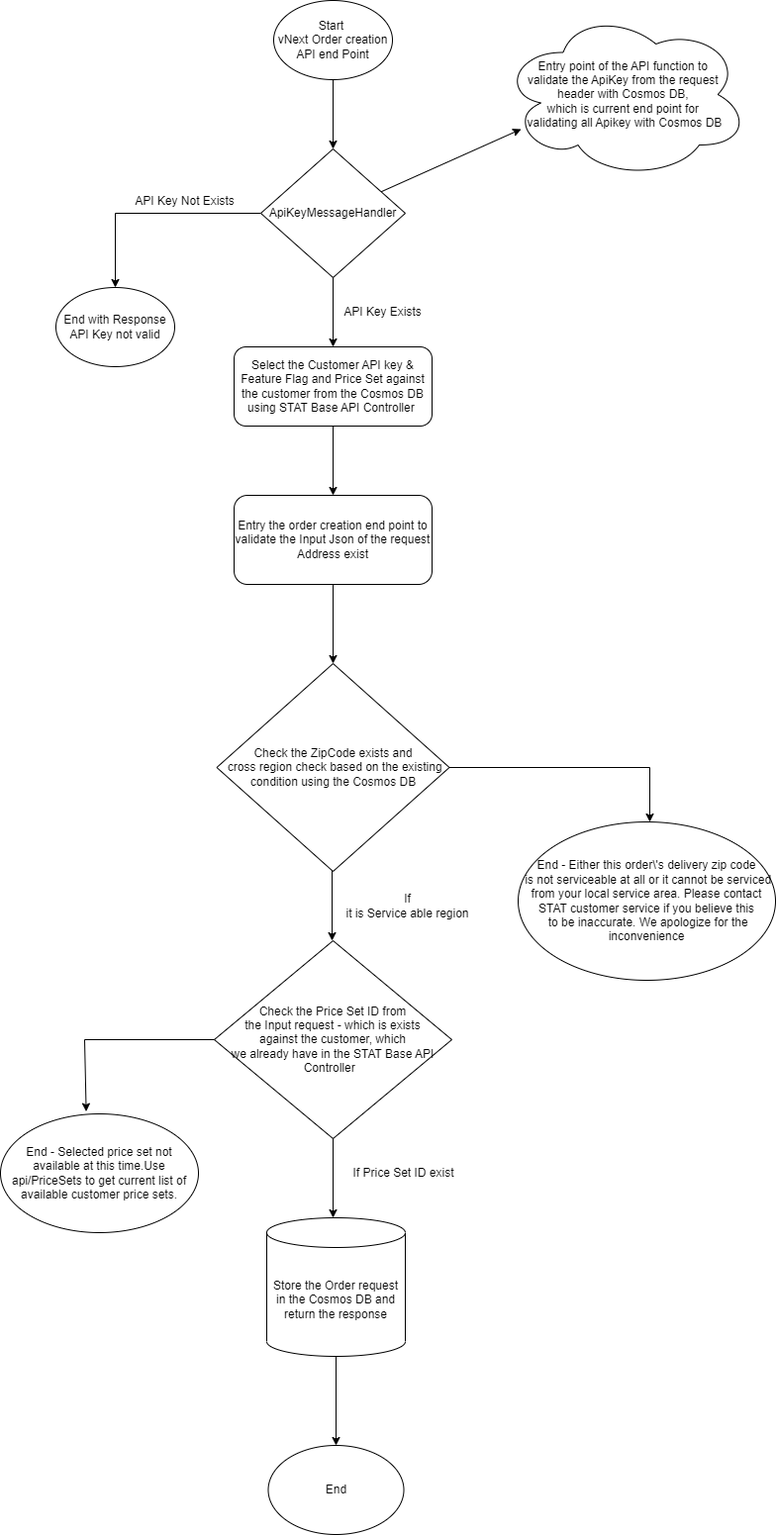
Before: workflow.png, a diagram exported from draw.io (ArulEST/STATAPI_Private). Source tidied: cells renumbered, new cells last; positions are measured from the earlier drawing's top-left corner, leaving out a move shared by most shapes. The source it was exported from:
```xml
<mxGraphModel>
  <root>
    <mxCell id="0" />
    <mxCell id="1" parent="0" />
    <mxCell id="2" value="Start&amp;nbsp;&lt;br&gt;vNext Order creation API end Point" style="ellipse;whiteSpace=wrap;html=1;" parent="1" vertex="1">
      <mxGeometry x="276" width="120" height="80" as="geometry" />
    </mxCell>
    <mxCell id="3" style="endArrow=classic;html=1;rounded=0;exitX=0.5;exitY=1;exitDx=0;exitDy=0;entryX=0.5;entryY=0;entryDx=0;entryDy=0;" parent="1" edge="1" source="2">
      <mxGeometry relative="1" as="geometry">
        <mxPoint x="336" y="150" as="targetPoint" />
      </mxGeometry>
    </mxCell>
    <mxCell id="4" value="Entry point of the API function to&amp;nbsp;&lt;br&gt;validate the ApiKey from the request&amp;nbsp;&lt;br&gt;header with Cosmos DB,&amp;nbsp;&lt;br&gt;which is current end point for&amp;nbsp;&lt;br&gt;validating all Apikey with Cosmos DB" style="ellipse;shape=cloud;whiteSpace=wrap;html=1;" parent="1" vertex="1">
      <mxGeometry x="506" y="10" width="250" height="170" as="geometry" />
    </mxCell>
    <mxCell id="5" style="endArrow=classic;html=1;rounded=0;entryX=0.08;entryY=0.706;entryDx=0;entryDy=0;entryPerimeter=0;" parent="1" edge="1" source="7" target="4">
      <mxGeometry relative="1" as="geometry" />
    </mxCell>
    <mxCell id="6" style="edgeStyle=orthogonalEdgeStyle;rounded=0;jettySize=auto;html=1;exitX=0;exitY=0.5;exitDx=0;exitDy=0;entryX=0.5;entryY=0;entryDx=0;entryDy=0;" parent="1" edge="1" source="7" target="8">
      <mxGeometry relative="1" as="geometry" />
    </mxCell>
    <mxCell id="7" value="ApiKeyMessageHandler" style="rhombus;whiteSpace=wrap;html=1;" parent="1" vertex="1">
      <mxGeometry x="263" y="150" width="146" height="130" as="geometry" />
    </mxCell>
    <mxCell id="8" value="End with Response API Key not valid" style="ellipse;whiteSpace=wrap;html=1;" parent="1" vertex="1">
      <mxGeometry x="56" y="290" width="120" height="80" as="geometry" />
    </mxCell>
    <mxCell id="9" style="endArrow=classic;html=1;rounded=0;exitX=0.5;exitY=1;exitDx=0;exitDy=0;" parent="1" edge="1" source="7">
      <mxGeometry relative="1" as="geometry">
        <mxPoint x="336" y="350" as="targetPoint" />
      </mxGeometry>
    </mxCell>
    <mxCell id="10" value="API Key Not Exists" style="text;html=1;align=center;verticalAlign=middle;strokeColor=none;fillColor=none;" parent="1" vertex="1">
      <mxGeometry x="126" y="188" width="120" height="30" as="geometry" />
    </mxCell>
    <mxCell id="11" value="API Key Exists&lt;br&gt;" style="text;html=1;align=center;verticalAlign=middle;strokeColor=none;fillColor=none;" parent="1" vertex="1">
      <mxGeometry x="336" y="300" width="100" height="30" as="geometry" />
    </mxCell>
    <mxCell id="12" style="edgeStyle=orthogonalEdgeStyle;rounded=0;jettySize=auto;html=1;exitX=0.5;exitY=1;exitDx=0;exitDy=0;entryX=0.5;entryY=0;entryDx=0;entryDy=0;" parent="1" edge="1" source="13" target="14">
      <mxGeometry relative="1" as="geometry" />
    </mxCell>
    <mxCell id="13" value="Select the Customer API key &amp;amp; Feature Flag and Price Set against the customer from the Cosmos DB using STAT Base API Controller&amp;nbsp;" style="rounded=1;whiteSpace=wrap;html=1;" parent="1" vertex="1">
      <mxGeometry x="236" y="350" width="200" height="80" as="geometry" />
    </mxCell>
    <mxCell id="14" value="Entry the order creation end point to validate the Input Json of the request Address exist" style="rounded=1;whiteSpace=wrap;html=1;" parent="1" vertex="1">
      <mxGeometry x="236" y="500" width="200" height="90" as="geometry" />
    </mxCell>
    <mxCell id="15" style="edgeStyle=orthogonalEdgeStyle;rounded=0;orthogonalLoop=1;jettySize=auto;html=1;exitX=0.5;exitY=1;exitDx=0;exitDy=0;entryX=0.5;entryY=0;entryDx=0;entryDy=0;" parent="1" edge="1">
      <mxGeometry relative="1" as="geometry">
        <mxPoint x="335" y="870" as="sourcePoint" />
        <mxPoint x="335" y="950" as="targetPoint" />
      </mxGeometry>
    </mxCell>
    <mxCell id="16" style="endArrow=classic;html=1;rounded=0;entryX=0.5;entryY=0;entryDx=0;entryDy=0;exitX=0.5;exitY=1;exitDx=0;exitDy=0;" parent="1" edge="1" source="14">
      <mxGeometry relative="1" as="geometry">
        <mxPoint x="336" y="670" as="targetPoint" />
      </mxGeometry>
    </mxCell>
    <mxCell id="17" value="Check the Price Set ID from &lt;br&gt;the Input request - which is exists &lt;br&gt;against the customer, which &lt;br&gt;we already have in the STAT Base API Controller&amp;nbsp;&amp;nbsp;" style="rhombus;whiteSpace=wrap;html=1;" parent="1" vertex="1">
      <mxGeometry x="216" y="950" width="240" height="200" as="geometry" />
    </mxCell>
    <mxCell id="18" value="Check the ZipCode exists and&lt;br&gt;&amp;nbsp;cross region check based on the existing condition using the Cosmos DB" style="rhombus;whiteSpace=wrap;html=1;" parent="1" vertex="1">
      <mxGeometry x="218.5" y="670" width="235" height="210" as="geometry" />
    </mxCell>
    <mxCell id="19" value="If&lt;br&gt;&amp;nbsp;it is Service able region&amp;nbsp;" style="text;html=1;align=center;verticalAlign=middle;strokeColor=none;fillColor=none;" parent="1" vertex="1">
      <mxGeometry x="336" y="895" width="150" height="40" as="geometry" />
    </mxCell>
    <mxCell id="20" style="endArrow=classic;html=1;rounded=0;exitX=0.5;exitY=1;exitDx=0;exitDy=0;" parent="1" edge="1" source="17">
      <mxGeometry relative="1" as="geometry">
        <mxPoint x="336" y="1230" as="targetPoint" />
      </mxGeometry>
    </mxCell>
    <mxCell id="21" value="If Price Set ID exist&lt;br&gt;" style="text;html=1;strokeColor=none;fillColor=none;align=center;verticalAlign=middle;whiteSpace=wrap;rounded=0;" parent="1" vertex="1">
      <mxGeometry x="349" y="1170" width="117" height="30" as="geometry" />
    </mxCell>
    <mxCell id="22" value="End -&amp;nbsp;Either this order\'s delivery zip code&lt;br&gt;&amp;nbsp;is not serviceable at all or it cannot be serviced from your local service area. Please contact STAT customer service if you believe this&lt;br&gt;&amp;nbsp;to be inaccurate. We apologize for the inconvenience" style="ellipse;whiteSpace=wrap;html=1;" parent="1" vertex="1">
      <mxGeometry x="523" y="830" width="260" height="160" as="geometry" />
    </mxCell>
    <mxCell id="23" style="endArrow=classic;html=1;rounded=0;exitX=1;exitY=0.5;exitDx=0;exitDy=0;" parent="1" edge="1" source="18">
      <mxGeometry relative="1" as="geometry">
        <mxPoint x="656" y="830" as="targetPoint" />
        <Array as="points">
          <mxPoint x="656" y="775" />
        </Array>
      </mxGeometry>
    </mxCell>
    <mxCell id="24" style="endArrow=classic;html=1;rounded=0;exitX=0;exitY=0.5;exitDx=0;exitDy=0;exitPerimeter=0;entryX=0.433;entryY=-0.02;entryDx=0;entryDy=0;entryPerimeter=0;" parent="1" edge="1" source="17" target="25">
      <mxGeometry relative="1" as="geometry">
        <Array as="points">
          <mxPoint x="85" y="1050" />
        </Array>
      </mxGeometry>
    </mxCell>
    <mxCell id="25" value="End -&amp;nbsp;Selected price set not available at this time.&lt;span style=&quot;background-color: initial;&quot;&gt;Use api/PriceSets to get current list of available customer price sets.&lt;/span&gt;" style="ellipse;whiteSpace=wrap;html=1;" parent="1" vertex="1">
      <mxGeometry y="1125" width="200" height="120" as="geometry" />
    </mxCell>
    <mxCell id="26" value="Store the Order request in the Cosmos DB and return the response" style="shape=cylinder3;whiteSpace=wrap;html=1;boundedLbl=1;backgroundOutline=1;size=15;" parent="1" vertex="1">
      <mxGeometry x="269" y="1230" width="140" height="140" as="geometry" />
    </mxCell>
    <mxCell id="27" value="End" style="ellipse;whiteSpace=wrap;html=1;" parent="1" vertex="1">
      <mxGeometry x="270.5" y="1460" width="137" height="90" as="geometry" />
    </mxCell>
    <mxCell id="28" style="endArrow=classic;html=1;rounded=0;exitX=0.5;exitY=1;exitDx=0;exitDy=0;exitPerimeter=0;entryX=0.5;entryY=0;entryDx=0;entryDy=0;" parent="1" edge="1" source="26" target="27">
      <mxGeometry relative="1" as="geometry" />
    </mxCell>
  </root>
</mxGraphModel>
```
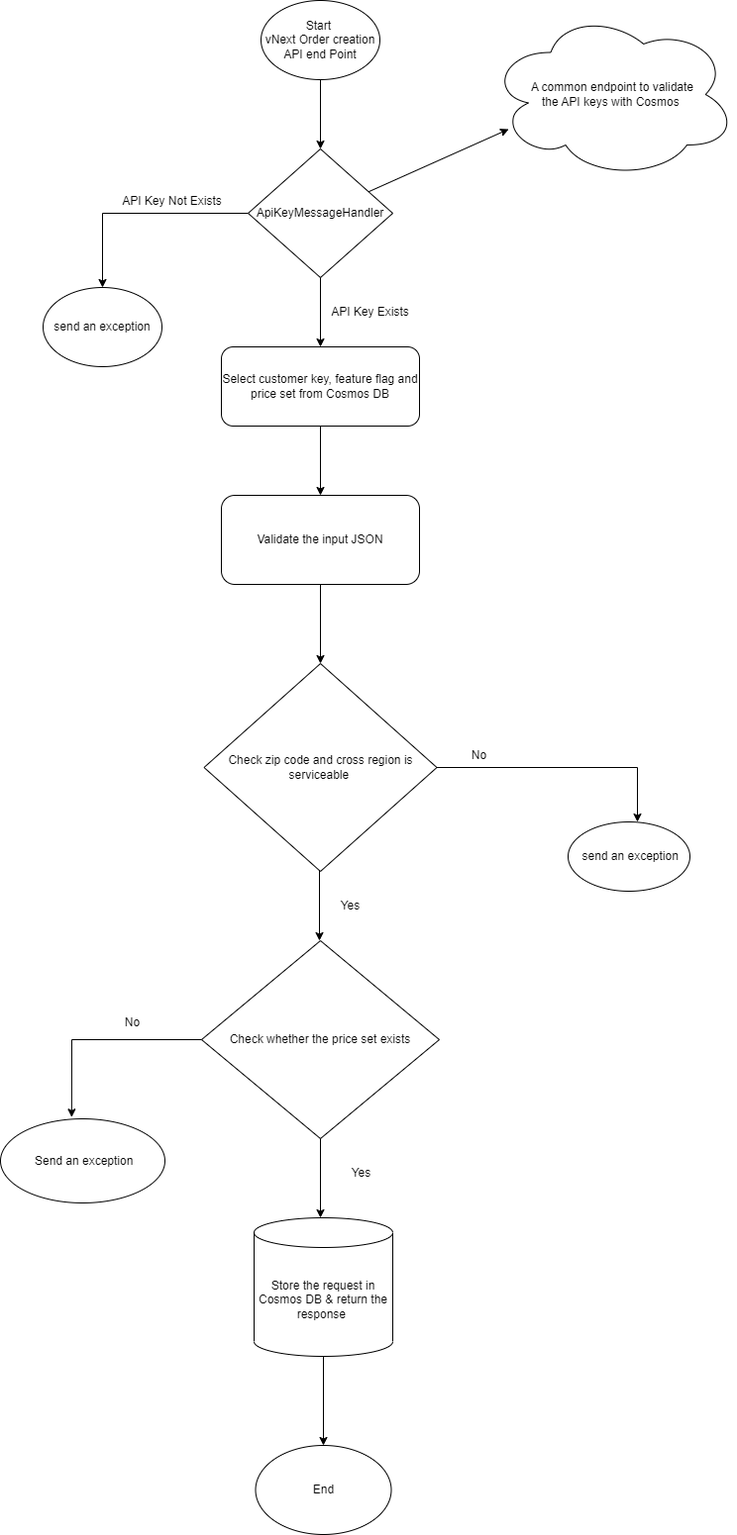
After the commit.

Diff of the diagram source:
```diff
@@ -10,7 +10,7 @@
         <mxPoint x="336" y="150" as="targetPoint" />
       </mxGeometry>
     </mxCell>
-    <mxCell id="4" value="Entry point of the API function to&amp;nbsp;&lt;br&gt;validate the ApiKey from the request&amp;nbsp;&lt;br&gt;header with Cosmos DB,&amp;nbsp;&lt;br&gt;which is current end point for&amp;nbsp;&lt;br&gt;validating all Apikey with Cosmos DB" style="ellipse;shape=cloud;whiteSpace=wrap;html=1;" parent="1" vertex="1">
+    <mxCell id="4" value="A common endpoint to validate &lt;br&gt;the API keys with Cosmos&amp;nbsp;" style="ellipse;shape=cloud;whiteSpace=wrap;html=1;" parent="1" vertex="1">
       <mxGeometry x="506" y="10" width="250" height="170" as="geometry" />
     </mxCell>
     <mxCell id="5" style="endArrow=classic;html=1;rounded=0;entryX=0.08;entryY=0.706;entryDx=0;entryDy=0;entryPerimeter=0;" parent="1" edge="1" source="7" target="4">
@@ -22,7 +22,7 @@
     <mxCell id="7" value="ApiKeyMessageHandler" style="rhombus;whiteSpace=wrap;html=1;" parent="1" vertex="1">
       <mxGeometry x="263" y="150" width="146" height="130" as="geometry" />
     </mxCell>
-    <mxCell id="8" value="End with Response API Key not valid" style="ellipse;whiteSpace=wrap;html=1;" parent="1" vertex="1">
+    <mxCell id="8" value="send an exception" style="ellipse;whiteSpace=wrap;html=1;" parent="1" vertex="1">
       <mxGeometry x="56" y="290" width="120" height="80" as="geometry" />
     </mxCell>
     <mxCell id="9" style="endArrow=classic;html=1;rounded=0;exitX=0.5;exitY=1;exitDx=0;exitDy=0;" parent="1" edge="1" source="7">
@@ -39,10 +39,10 @@
     <mxCell id="12" style="edgeStyle=orthogonalEdgeStyle;rounded=0;jettySize=auto;html=1;exitX=0.5;exitY=1;exitDx=0;exitDy=0;entryX=0.5;entryY=0;entryDx=0;entryDy=0;" parent="1" edge="1" source="13" target="14">
       <mxGeometry relative="1" as="geometry" />
     </mxCell>
-    <mxCell id="13" value="Select the Customer API key &amp;amp; Feature Flag and Price Set against the customer from the Cosmos DB using STAT Base API Controller&amp;nbsp;" style="rounded=1;whiteSpace=wrap;html=1;" parent="1" vertex="1">
+    <mxCell id="13" value="Select customer key, feature flag and price set from Cosmos DB" style="rounded=1;whiteSpace=wrap;html=1;" parent="1" vertex="1">
       <mxGeometry x="236" y="350" width="200" height="80" as="geometry" />
     </mxCell>
-    <mxCell id="14" value="Entry the order creation end point to validate the Input Json of the request Address exist" style="rounded=1;whiteSpace=wrap;html=1;" parent="1" vertex="1">
+    <mxCell id="14" value="Validate the input JSON" style="rounded=1;whiteSpace=wrap;html=1;" parent="1" vertex="1">
       <mxGeometry x="236" y="500" width="200" height="90" as="geometry" />
     </mxCell>
     <mxCell id="15" style="edgeStyle=orthogonalEdgeStyle;rounded=0;orthogonalLoop=1;jettySize=auto;html=1;exitX=0.5;exitY=1;exitDx=0;exitDy=0;entryX=0.5;entryY=0;entryDx=0;entryDy=0;" parent="1" edge="1">
@@ -56,25 +56,25 @@
         <mxPoint x="336" y="670" as="targetPoint" />
       </mxGeometry>
     </mxCell>
-    <mxCell id="17" value="Check the Price Set ID from &lt;br&gt;the Input request - which is exists &lt;br&gt;against the customer, which &lt;br&gt;we already have in the STAT Base API Controller&amp;nbsp;&amp;nbsp;" style="rhombus;whiteSpace=wrap;html=1;" parent="1" vertex="1">
+    <mxCell id="17" value="Check whether the price set exists" style="rhombus;whiteSpace=wrap;html=1;" parent="1" vertex="1">
       <mxGeometry x="216" y="950" width="240" height="200" as="geometry" />
     </mxCell>
-    <mxCell id="18" value="Check the ZipCode exists and&lt;br&gt;&amp;nbsp;cross region check based on the existing condition using the Cosmos DB" style="rhombus;whiteSpace=wrap;html=1;" parent="1" vertex="1">
+    <mxCell id="18" value="Check zip code and cross region is serviceable&amp;nbsp;" style="rhombus;whiteSpace=wrap;html=1;" parent="1" vertex="1">
       <mxGeometry x="218.5" y="670" width="235" height="210" as="geometry" />
     </mxCell>
-    <mxCell id="19" value="If&lt;br&gt;&amp;nbsp;it is Service able region&amp;nbsp;" style="text;html=1;align=center;verticalAlign=middle;strokeColor=none;fillColor=none;" parent="1" vertex="1">
-      <mxGeometry x="336" y="895" width="150" height="40" as="geometry" />
+    <mxCell id="19" value="Yes" style="text;html=1;align=center;verticalAlign=middle;strokeColor=none;fillColor=none;" parent="1" vertex="1">
+      <mxGeometry x="346" y="900" width="40" height="30" as="geometry" />
     </mxCell>
     <mxCell id="20" style="endArrow=classic;html=1;rounded=0;exitX=0.5;exitY=1;exitDx=0;exitDy=0;" parent="1" edge="1" source="17">
       <mxGeometry relative="1" as="geometry">
         <mxPoint x="336" y="1230" as="targetPoint" />
       </mxGeometry>
     </mxCell>
-    <mxCell id="21" value="If Price Set ID exist&lt;br&gt;" style="text;html=1;strokeColor=none;fillColor=none;align=center;verticalAlign=middle;whiteSpace=wrap;rounded=0;" parent="1" vertex="1">
-      <mxGeometry x="349" y="1170" width="117" height="30" as="geometry" />
+    <mxCell id="21" value="Yes" style="text;html=1;strokeColor=none;fillColor=none;align=center;verticalAlign=middle;whiteSpace=wrap;rounded=0;" parent="1" vertex="1">
+      <mxGeometry x="319" y="1170" width="117" height="30" as="geometry" />
     </mxCell>
-    <mxCell id="22" value="End -&amp;nbsp;Either this order\'s delivery zip code&lt;br&gt;&amp;nbsp;is not serviceable at all or it cannot be serviced from your local service area. Please contact STAT customer service if you believe this&lt;br&gt;&amp;nbsp;to be inaccurate. We apologize for the inconvenience" style="ellipse;whiteSpace=wrap;html=1;" parent="1" vertex="1">
-      <mxGeometry x="523" y="830" width="260" height="160" as="geometry" />
+    <mxCell id="22" value="&amp;nbsp;send an exception" style="ellipse;whiteSpace=wrap;html=1;" parent="1" vertex="1">
+      <mxGeometry x="586" y="830" width="123" height="70" as="geometry" />
     </mxCell>
     <mxCell id="23" style="endArrow=classic;html=1;rounded=0;exitX=1;exitY=0.5;exitDx=0;exitDy=0;" parent="1" edge="1" source="18">
       <mxGeometry relative="1" as="geometry">
@@ -91,10 +91,10 @@
         </Array>
       </mxGeometry>
     </mxCell>
-    <mxCell id="25" value="End -&amp;nbsp;Selected price set not available at this time.&lt;span style=&quot;background-color: initial;&quot;&gt;Use api/PriceSets to get current list of available customer price sets.&lt;/span&gt;" style="ellipse;whiteSpace=wrap;html=1;" parent="1" vertex="1">
-      <mxGeometry y="1125" width="200" height="120" as="geometry" />
+    <mxCell id="25" value="&amp;nbsp;Send an exception" style="ellipse;whiteSpace=wrap;html=1;" parent="1" vertex="1">
+      <mxGeometry x="13" y="1130" width="166" height="85" as="geometry" />
     </mxCell>
-    <mxCell id="26" value="Store the Order request in the Cosmos DB and return the response" style="shape=cylinder3;whiteSpace=wrap;html=1;boundedLbl=1;backgroundOutline=1;size=15;" parent="1" vertex="1">
+    <mxCell id="26" value="Store the request in Cosmos DB &amp;amp; return the response&amp;nbsp;" style="shape=cylinder3;whiteSpace=wrap;html=1;boundedLbl=1;backgroundOutline=1;size=15;" parent="1" vertex="1">
       <mxGeometry x="269" y="1230" width="140" height="140" as="geometry" />
     </mxCell>
     <mxCell id="27" value="End" style="ellipse;whiteSpace=wrap;html=1;" parent="1" vertex="1">
@@ -103,5 +103,11 @@
     <mxCell id="28" style="endArrow=classic;html=1;rounded=0;exitX=0.5;exitY=1;exitDx=0;exitDy=0;exitPerimeter=0;entryX=0.5;entryY=0;entryDx=0;entryDy=0;" parent="1" edge="1" source="26" target="27">
       <mxGeometry relative="1" as="geometry" />
     </mxCell>
+    <mxCell id="29" value="No" style="text;html=1;align=center;verticalAlign=middle;strokeColor=none;fillColor=none;" parent="1" vertex="1">
+      <mxGeometry x="476" y="748" width="40" height="30" as="geometry" />
+    </mxCell>
+    <mxCell id="30" value="No" style="text;html=1;align=center;verticalAlign=middle;strokeColor=none;fillColor=none;" parent="1" vertex="1">
+      <mxGeometry x="126" y="1018" width="40" height="30" as="geometry" />
+    </mxCell>
   </root>
 </mxGraphModel>
```
